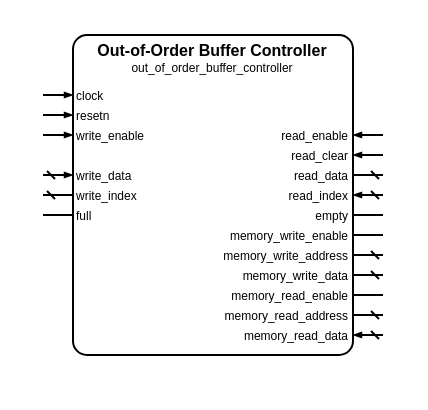
Before: sources/data/controllers/out_of_order_buffer/out_of_order_buffer_controller.symbol.drawio in Louis-DR/OmniCores-BuildingBlocks, a draw.io diagram. Source tidied: cells renumbered, new cells numbered last; positions are measured from the earlier drawing's top-left corner, leaving out a move shared by most shapes. Both pictures are drawn from the tidied source at 200%, with x=0, y=0 at pixel (42, 34).
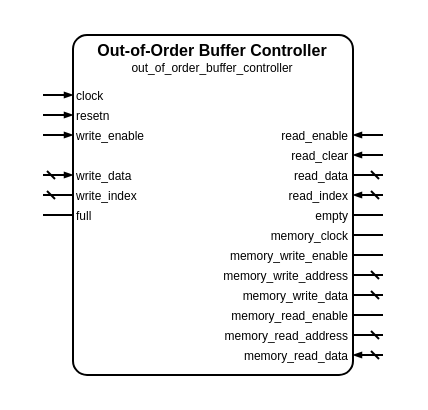
After the change.

Change to the diagram source:
```diff
@@
     <mxCell id="2" style="group;" parent="1" vertex="1">
-      <mxGeometry width="170" height="160" as="geometry" />
+      <mxGeometry width="170" height="170" as="geometry" />
     </mxCell>
     <mxCell id="3" style="rounded=1;arcSize=5;fillColor=none;strokeWidth=1;strokeColor=black;whiteSpace=wrap;html=1;" parent="2" vertex="1">
-      <mxGeometry x="15" width="140" height="160" as="geometry" />
+      <mxGeometry x="15" width="140" height="170" as="geometry" />
     </mxCell>
@@
+    <mxCell id="40" value="memory_clock" style="text;html=1;align=right;verticalAlign=middle;whiteSpace=wrap;rounded=0;fontSize=6;fontStyle=0;fontColor=black;" parent="2" vertex="1">
+      <mxGeometry x="15" y="100" width="140" as="geometry" />
+    </mxCell>
+    <mxCell id="41" style="html=1;rounded=1;strokeWidth=1;strokeColor=black;startFill=0;startSize=2;startArrow=none;endFill=1;endSize=2;endArrow=none;sourcePerimeterSpacing=0;" parent="2" edge="1">
+      <mxGeometry relative="1" as="geometry">
+        <mxPoint x="170" y="100" as="sourcePoint" />
+        <mxPoint x="155" y="100" as="targetPoint" />
+      </mxGeometry>
+    </mxCell>
     <mxCell id="28" value="memory_write_enable" style="text;html=1;align=right;verticalAlign=middle;whiteSpace=wrap;rounded=0;fontSize=6;fontStyle=0;fontColor=black;" parent="2" vertex="1">
-      <mxGeometry x="15" y="100" width="140" as="geometry" />
+      <mxGeometry x="15" y="110" width="140" as="geometry" />
     </mxCell>
     <mxCell id="29" style="html=1;rounded=1;strokeWidth=1;strokeColor=black;startFill=0;startSize=2;startArrow=none;endFill=1;endSize=2;endArrow=none;sourcePerimeterSpacing=0;" parent="2" edge="1">
       <mxGeometry relative="1" as="geometry">
-        <mxPoint x="170" y="100" as="sourcePoint" />
-        <mxPoint x="155" y="100" as="targetPoint" />
+        <mxPoint x="170" y="110" as="sourcePoint" />
+        <mxPoint x="155" y="110" as="targetPoint" />
       </mxGeometry>
     </mxCell>
     <mxCell id="30" value="memory_write_address" style="text;html=1;align=right;verticalAlign=middle;whiteSpace=wrap;rounded=0;fontSize=6;fontStyle=0;fontColor=black;" parent="2" vertex="1">
-      <mxGeometry x="15" y="110" width="140" as="geometry" />
+      <mxGeometry x="15" y="120" width="140" as="geometry" />
     </mxCell>
     <mxCell id="31" style="html=1;rounded=1;strokeWidth=1;strokeColor=black;startFill=0;startSize=2;startArrow=dash;endFill=1;endSize=2;endArrow=none;sourcePerimeterSpacing=0;" parent="2" edge="1">
       <mxGeometry relative="1" as="geometry">
-        <mxPoint x="170" y="110" as="sourcePoint" />
-        <mxPoint x="155" y="110" as="targetPoint" />
+        <mxPoint x="170" y="120" as="sourcePoint" />
+        <mxPoint x="155" y="120" as="targetPoint" />
       </mxGeometry>
     </mxCell>
     <mxCell id="32" value="memory_write_data" style="text;html=1;align=right;verticalAlign=middle;whiteSpace=wrap;rounded=0;fontSize=6;fontStyle=0;fontColor=black;" parent="2" vertex="1">
-      <mxGeometry x="15" y="120" width="140" as="geometry" />
+      <mxGeometry x="15" y="130" width="140" as="geometry" />
     </mxCell>
     <mxCell id="33" style="html=1;rounded=1;strokeWidth=1;strokeColor=black;startFill=0;startSize=2;startArrow=dash;endFill=1;endSize=2;endArrow=none;sourcePerimeterSpacing=0;" parent="2" edge="1">
       <mxGeometry relative="1" as="geometry">
-        <mxPoint x="170" y="120" as="sourcePoint" />
-        <mxPoint x="155" y="120" as="targetPoint" />
+        <mxPoint x="170" y="130" as="sourcePoint" />
+        <mxPoint x="155" y="130" as="targetPoint" />
       </mxGeometry>
     </mxCell>
     <mxCell id="34" value="memory_read_enable" style="text;html=1;align=right;verticalAlign=middle;whiteSpace=wrap;rounded=0;fontSize=6;fontStyle=0;fontColor=black;" parent="2" vertex="1">
-      <mxGeometry x="15" y="130" width="140" as="geometry" />
+      <mxGeometry x="15" y="140" width="140" as="geometry" />
     </mxCell>
     <mxCell id="35" style="html=1;rounded=1;strokeWidth=1;strokeColor=black;startFill=0;startSize=2;startArrow=none;endFill=1;endSize=2;endArrow=none;sourcePerimeterSpacing=0;" parent="2" edge="1">
       <mxGeometry relative="1" as="geometry">
-        <mxPoint x="170" y="130" as="sourcePoint" />
-        <mxPoint x="155" y="130" as="targetPoint" />
+        <mxPoint x="170" y="140" as="sourcePoint" />
+        <mxPoint x="155" y="140" as="targetPoint" />
       </mxGeometry>
     </mxCell>
     <mxCell id="36" value="memory_read_address" style="text;html=1;align=right;verticalAlign=middle;whiteSpace=wrap;rounded=0;fontSize=6;fontStyle=0;fontColor=black;" parent="2" vertex="1">
-      <mxGeometry x="15" y="140" width="140" as="geometry" />
+      <mxGeometry x="15" y="150" width="140" as="geometry" />
     </mxCell>
     <mxCell id="37" style="html=1;rounded=1;strokeWidth=1;strokeColor=black;startFill=0;startSize=2;startArrow=dash;endFill=1;endSize=2;endArrow=none;sourcePerimeterSpacing=0;" parent="2" edge="1">
       <mxGeometry relative="1" as="geometry">
-        <mxPoint x="170" y="140" as="sourcePoint" />
-        <mxPoint x="155" y="140" as="targetPoint" />
+        <mxPoint x="170" y="150" as="sourcePoint" />
+        <mxPoint x="155" y="150" as="targetPoint" />
       </mxGeometry>
     </mxCell>
     <mxCell id="38" value="memory_read_data" style="text;html=1;align=right;verticalAlign=middle;whiteSpace=wrap;rounded=0;fontSize=6;fontStyle=0;fontColor=black;" parent="2" vertex="1">
-      <mxGeometry x="15" y="150" width="140" as="geometry" />
+      <mxGeometry x="15" y="160" width="140" as="geometry" />
     </mxCell>
     <mxCell id="39" style="html=1;rounded=1;strokeWidth=1;strokeColor=black;startFill=0;startSize=2;startArrow=dash;endFill=1;endSize=2;endArrow=blockThin;sourcePerimeterSpacing=0;" parent="2" edge="1">
       <mxGeometry relative="1" as="geometry">
-        <mxPoint x="170" y="150" as="sourcePoint" />
-        <mxPoint x="155" y="150" as="targetPoint" />
+        <mxPoint x="170" y="160" as="sourcePoint" />
+        <mxPoint x="155" y="160" as="targetPoint" />
       </mxGeometry>
     </mxCell>
```
